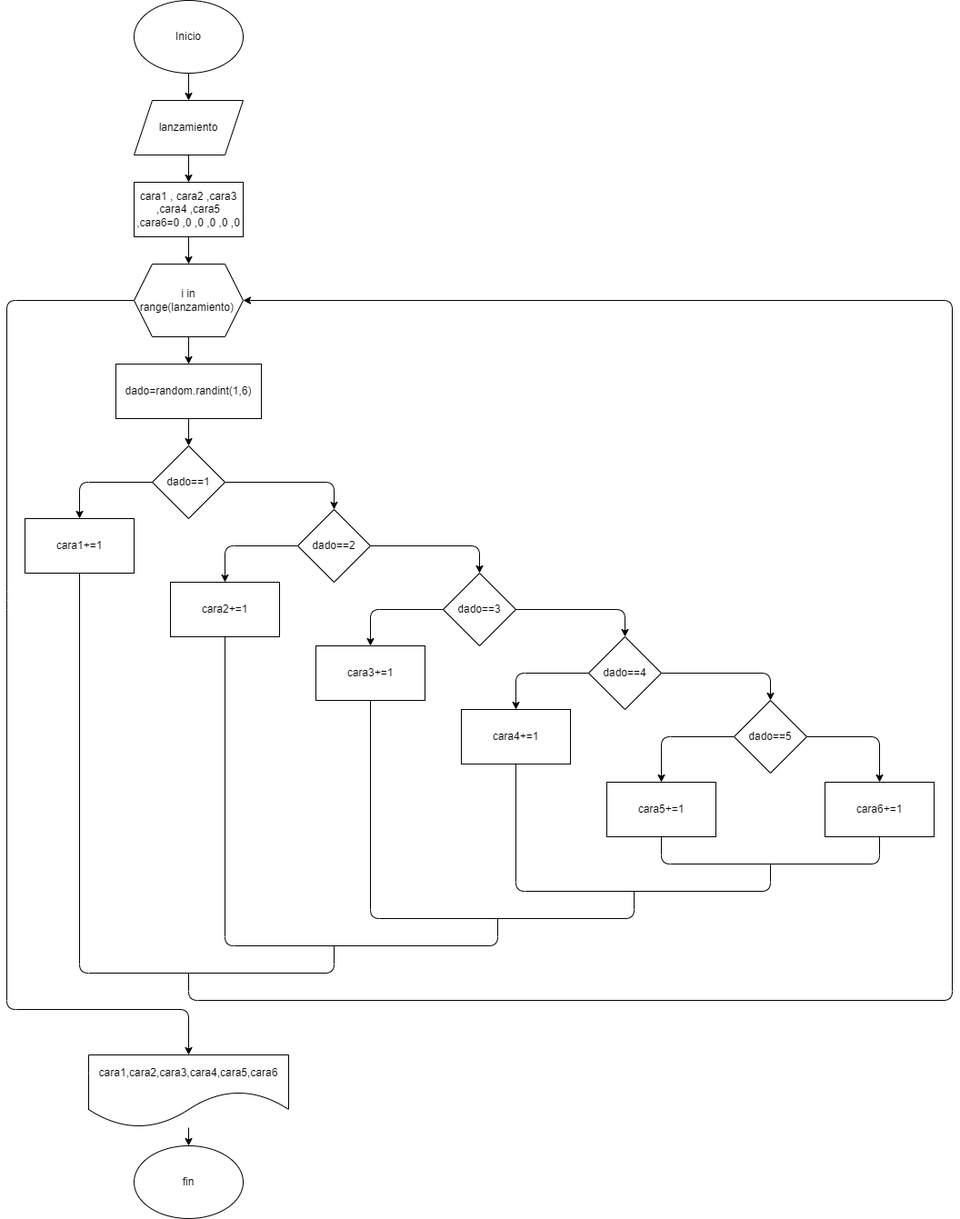
Earlier version of the draw.io export diagrama3.png (cristian007369/for). Source tidied: cells renumbered, new cells last; positions are measured from the earlier drawing's top-left corner, leaving out a move shared by most shapes.
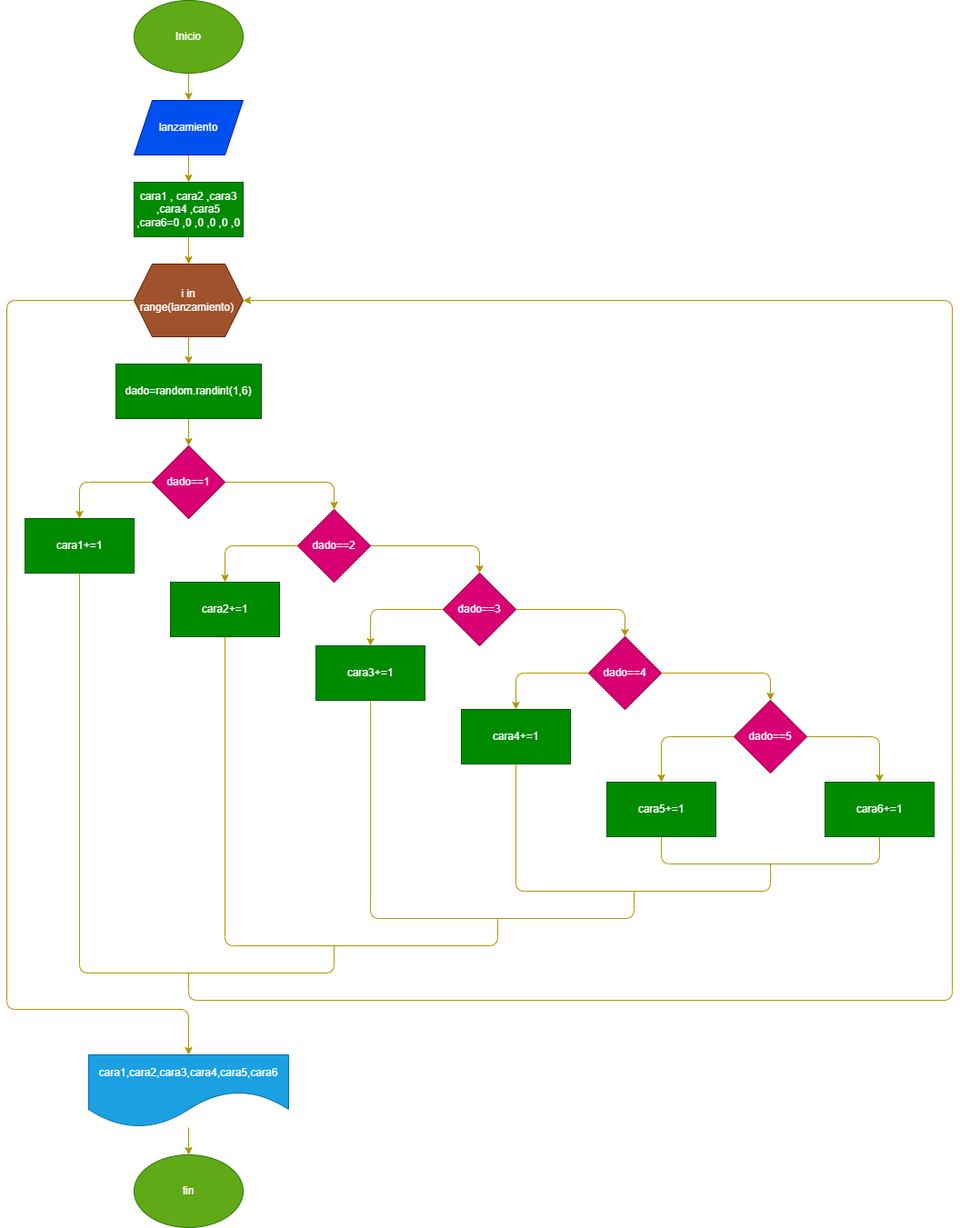
The same diagram one commit later.

Diff of the diagram source:
```diff
@@ -2,143 +2,143 @@
   <root>
     <mxCell id="0" />
     <mxCell id="1" parent="0" />
-    <mxCell id="2" style="edgeStyle=none;html=1;exitX=0.5;exitY=1;exitDx=0;exitDy=0;entryX=0.5;entryY=0;entryDx=0;entryDy=0;" parent="1" edge="1" source="3" target="42">
+    <mxCell id="2" style="edgeStyle=none;html=1;exitX=0.5;exitY=1;exitDx=0;exitDy=0;entryX=0.5;entryY=0;entryDx=0;entryDy=0;fillColor=#e3c800;strokeColor=#B09500;" parent="1" edge="1" source="3" target="42">
       <mxGeometry relative="1" as="geometry" />
     </mxCell>
-    <mxCell id="3" value="Inicio" style="ellipse;whiteSpace=wrap;html=1;" parent="1" vertex="1">
+    <mxCell id="3" value="Inicio" style="ellipse;whiteSpace=wrap;html=1;fillColor=#60a917;fontColor=#ffffff;strokeColor=#2D7600;" parent="1" vertex="1">
       <mxGeometry x="140" width="120" height="80" as="geometry" />
     </mxCell>
-    <mxCell id="4" style="edgeStyle=none;html=1;exitX=0.5;exitY=1;exitDx=0;exitDy=0;entryX=0.5;entryY=0;entryDx=0;entryDy=0;" parent="1" edge="1" source="5" target="7">
+    <mxCell id="4" style="edgeStyle=none;html=1;exitX=0.5;exitY=1;exitDx=0;exitDy=0;entryX=0.5;entryY=0;entryDx=0;entryDy=0;fillColor=#e3c800;strokeColor=#B09500;" parent="1" edge="1" source="5" target="7">
       <mxGeometry relative="1" as="geometry" />
     </mxCell>
-    <mxCell id="5" value="cara1 , cara2 ,cara3 ,cara4 ,cara5 ,cara6=0 ,0 ,0 ,0 ,0 ,0" style="rounded=0;whiteSpace=wrap;html=1;" parent="1" vertex="1">
+    <mxCell id="5" value="cara1 , cara2 ,cara3 ,cara4 ,cara5 ,cara6=0 ,0 ,0 ,0 ,0 ,0" style="rounded=0;whiteSpace=wrap;html=1;fillColor=#008a00;fontColor=#ffffff;strokeColor=#005700;" parent="1" vertex="1">
       <mxGeometry x="140" y="200" width="120" height="60" as="geometry" />
     </mxCell>
-    <mxCell id="6" style="edgeStyle=none;html=1;exitX=0.5;exitY=1;exitDx=0;exitDy=0;entryX=0.5;entryY=0;entryDx=0;entryDy=0;" parent="1" edge="1" source="7" target="9">
+    <mxCell id="6" style="edgeStyle=none;html=1;exitX=0.5;exitY=1;exitDx=0;exitDy=0;entryX=0.5;entryY=0;entryDx=0;entryDy=0;fillColor=#e3c800;strokeColor=#B09500;" parent="1" edge="1" source="7" target="9">
       <mxGeometry relative="1" as="geometry" />
     </mxCell>
-    <mxCell id="7" value="i in range(lanzamiento)&amp;nbsp;" style="shape=hexagon;perimeter=hexagonPerimeter2;whiteSpace=wrap;html=1;fixedSize=1;" parent="1" vertex="1">
+    <mxCell id="7" value="i in range(lanzamiento)&amp;nbsp;" style="shape=hexagon;perimeter=hexagonPerimeter2;whiteSpace=wrap;html=1;fixedSize=1;fillColor=#a0522d;fontColor=#ffffff;strokeColor=#6D1F00;" parent="1" vertex="1">
       <mxGeometry x="140" y="290" width="120" height="80" as="geometry" />
     </mxCell>
-    <mxCell id="8" style="edgeStyle=none;html=1;exitX=0.5;exitY=1;exitDx=0;exitDy=0;entryX=0.5;entryY=0;entryDx=0;entryDy=0;" parent="1" edge="1" source="9" target="12">
+    <mxCell id="8" style="edgeStyle=none;html=1;exitX=0.5;exitY=1;exitDx=0;exitDy=0;entryX=0.5;entryY=0;entryDx=0;entryDy=0;fillColor=#e3c800;strokeColor=#B09500;" parent="1" edge="1" source="9" target="12">
       <mxGeometry relative="1" as="geometry" />
     </mxCell>
-    <mxCell id="9" value="dado=random.randint(1,6)" style="rounded=0;whiteSpace=wrap;html=1;" parent="1" vertex="1">
+    <mxCell id="9" value="dado=random.randint(1,6)" style="rounded=0;whiteSpace=wrap;html=1;fillColor=#008a00;fontColor=#ffffff;strokeColor=#005700;" parent="1" vertex="1">
       <mxGeometry x="120" y="400" width="160" height="60" as="geometry" />
     </mxCell>
-    <mxCell id="10" style="edgeStyle=none;html=1;exitX=0;exitY=0.5;exitDx=0;exitDy=0;entryX=0.5;entryY=0;entryDx=0;entryDy=0;" parent="1" edge="1" source="12" target="13">
+    <mxCell id="10" style="edgeStyle=none;html=1;exitX=0;exitY=0.5;exitDx=0;exitDy=0;entryX=0.5;entryY=0;entryDx=0;entryDy=0;fillColor=#e3c800;strokeColor=#B09500;" parent="1" edge="1" source="12" target="13">
       <mxGeometry relative="1" as="geometry">
         <Array as="points">
           <mxPoint x="80" y="530" />
         </Array>
       </mxGeometry>
     </mxCell>
-    <mxCell id="11" style="edgeStyle=none;html=1;exitX=1;exitY=0.5;exitDx=0;exitDy=0;entryX=0.5;entryY=0;entryDx=0;entryDy=0;" parent="1" edge="1" source="12" target="16">
+    <mxCell id="11" style="edgeStyle=none;html=1;exitX=1;exitY=0.5;exitDx=0;exitDy=0;entryX=0.5;entryY=0;entryDx=0;entryDy=0;fillColor=#e3c800;strokeColor=#B09500;" parent="1" edge="1" source="12" target="16">
       <mxGeometry relative="1" as="geometry">
         <Array as="points">
           <mxPoint x="360" y="530" />
         </Array>
       </mxGeometry>
     </mxCell>
-    <mxCell id="12" value="dado==1" style="rhombus;whiteSpace=wrap;html=1;" parent="1" vertex="1">
+    <mxCell id="12" value="dado==1" style="rhombus;whiteSpace=wrap;html=1;fillColor=#d80073;fontColor=#ffffff;strokeColor=#A50040;" parent="1" vertex="1">
       <mxGeometry x="160" y="490" width="80" height="80" as="geometry" />
     </mxCell>
-    <mxCell id="13" value="cara1+=1" style="rounded=0;whiteSpace=wrap;html=1;" parent="1" vertex="1">
+    <mxCell id="13" value="cara1+=1" style="rounded=0;whiteSpace=wrap;html=1;fillColor=#008a00;fontColor=#ffffff;strokeColor=#005700;" parent="1" vertex="1">
       <mxGeometry x="20" y="570" width="120" height="60" as="geometry" />
     </mxCell>
-    <mxCell id="14" style="edgeStyle=none;html=1;exitX=1;exitY=0.5;exitDx=0;exitDy=0;entryX=0.5;entryY=0;entryDx=0;entryDy=0;" parent="1" edge="1" source="16" target="20">
+    <mxCell id="14" style="edgeStyle=none;html=1;exitX=1;exitY=0.5;exitDx=0;exitDy=0;entryX=0.5;entryY=0;entryDx=0;entryDy=0;fillColor=#e3c800;strokeColor=#B09500;" parent="1" edge="1" source="16" target="20">
       <mxGeometry relative="1" as="geometry">
         <Array as="points">
           <mxPoint x="520" y="600" />
         </Array>
       </mxGeometry>
     </mxCell>
-    <mxCell id="15" style="edgeStyle=none;html=1;exitX=0;exitY=0.5;exitDx=0;exitDy=0;entryX=0.5;entryY=0;entryDx=0;entryDy=0;" parent="1" edge="1" source="16" target="17">
+    <mxCell id="15" style="edgeStyle=none;html=1;exitX=0;exitY=0.5;exitDx=0;exitDy=0;entryX=0.5;entryY=0;entryDx=0;entryDy=0;fillColor=#e3c800;strokeColor=#B09500;" parent="1" edge="1" source="16" target="17">
       <mxGeometry relative="1" as="geometry">
         <Array as="points">
           <mxPoint x="240" y="600" />
         </Array>
       </mxGeometry>
     </mxCell>
-    <mxCell id="16" value="dado==2" style="rhombus;whiteSpace=wrap;html=1;" parent="1" vertex="1">
+    <mxCell id="16" value="dado==2" style="rhombus;whiteSpace=wrap;html=1;fillColor=#d80073;fontColor=#ffffff;strokeColor=#A50040;" parent="1" vertex="1">
       <mxGeometry x="320" y="560" width="80" height="80" as="geometry" />
     </mxCell>
-    <mxCell id="17" value="cara2+=1" style="rounded=0;whiteSpace=wrap;html=1;" parent="1" vertex="1">
+    <mxCell id="17" value="cara2+=1" style="rounded=0;whiteSpace=wrap;html=1;fillColor=#008a00;fontColor=#ffffff;strokeColor=#005700;" parent="1" vertex="1">
       <mxGeometry x="180" y="640" width="120" height="60" as="geometry" />
     </mxCell>
-    <mxCell id="18" style="edgeStyle=none;html=1;exitX=1;exitY=0.5;exitDx=0;exitDy=0;entryX=0.5;entryY=0;entryDx=0;entryDy=0;" parent="1" edge="1" source="20" target="24">
+    <mxCell id="18" style="edgeStyle=none;html=1;exitX=1;exitY=0.5;exitDx=0;exitDy=0;entryX=0.5;entryY=0;entryDx=0;entryDy=0;fillColor=#e3c800;strokeColor=#B09500;" parent="1" edge="1" source="20" target="24">
       <mxGeometry relative="1" as="geometry">
         <Array as="points">
           <mxPoint x="680" y="670" />
         </Array>
       </mxGeometry>
     </mxCell>
-    <mxCell id="19" style="edgeStyle=none;html=1;exitX=0;exitY=0.5;exitDx=0;exitDy=0;entryX=0.5;entryY=0;entryDx=0;entryDy=0;" parent="1" edge="1" source="20" target="21">
+    <mxCell id="19" style="edgeStyle=none;html=1;exitX=0;exitY=0.5;exitDx=0;exitDy=0;entryX=0.5;entryY=0;entryDx=0;entryDy=0;fillColor=#e3c800;strokeColor=#B09500;" parent="1" edge="1" source="20" target="21">
       <mxGeometry relative="1" as="geometry">
         <Array as="points">
           <mxPoint x="400" y="670" />
         </Array>
       </mxGeometry>
     </mxCell>
-    <mxCell id="20" value="dado==3" style="rhombus;whiteSpace=wrap;html=1;" parent="1" vertex="1">
+    <mxCell id="20" value="dado==3" style="rhombus;whiteSpace=wrap;html=1;fillColor=#d80073;fontColor=#ffffff;strokeColor=#A50040;" parent="1" vertex="1">
       <mxGeometry x="480" y="630" width="80" height="80" as="geometry" />
     </mxCell>
-    <mxCell id="21" value="cara3+=1" style="rounded=0;whiteSpace=wrap;html=1;" parent="1" vertex="1">
+    <mxCell id="21" value="cara3+=1" style="rounded=0;whiteSpace=wrap;html=1;fillColor=#008a00;fontColor=#ffffff;strokeColor=#005700;" parent="1" vertex="1">
       <mxGeometry x="340" y="710" width="120" height="60" as="geometry" />
     </mxCell>
-    <mxCell id="22" style="edgeStyle=none;html=1;exitX=1;exitY=0.5;exitDx=0;exitDy=0;entryX=0.5;entryY=0;entryDx=0;entryDy=0;" parent="1" edge="1" source="24" target="28">
+    <mxCell id="22" style="edgeStyle=none;html=1;exitX=1;exitY=0.5;exitDx=0;exitDy=0;entryX=0.5;entryY=0;entryDx=0;entryDy=0;fillColor=#e3c800;strokeColor=#B09500;" parent="1" edge="1" source="24" target="28">
       <mxGeometry relative="1" as="geometry">
         <Array as="points">
           <mxPoint x="840" y="740" />
         </Array>
       </mxGeometry>
     </mxCell>
-    <mxCell id="23" style="edgeStyle=none;html=1;exitX=0;exitY=0.5;exitDx=0;exitDy=0;entryX=0.5;entryY=0;entryDx=0;entryDy=0;" parent="1" edge="1" source="24" target="25">
+    <mxCell id="23" style="edgeStyle=none;html=1;exitX=0;exitY=0.5;exitDx=0;exitDy=0;entryX=0.5;entryY=0;entryDx=0;entryDy=0;fillColor=#e3c800;strokeColor=#B09500;" parent="1" edge="1" source="24" target="25">
       <mxGeometry relative="1" as="geometry">
         <Array as="points">
           <mxPoint x="560" y="740" />
         </Array>
       </mxGeometry>
     </mxCell>
-    <mxCell id="24" value="dado==4" style="rhombus;whiteSpace=wrap;html=1;" parent="1" vertex="1">
+    <mxCell id="24" value="dado==4" style="rhombus;whiteSpace=wrap;html=1;fillColor=#d80073;fontColor=#ffffff;strokeColor=#A50040;" parent="1" vertex="1">
       <mxGeometry x="640" y="700" width="80" height="80" as="geometry" />
     </mxCell>
-    <mxCell id="25" value="cara4+=1" style="rounded=0;whiteSpace=wrap;html=1;" parent="1" vertex="1">
+    <mxCell id="25" value="cara4+=1" style="rounded=0;whiteSpace=wrap;html=1;fillColor=#008a00;fontColor=#ffffff;strokeColor=#005700;" parent="1" vertex="1">
       <mxGeometry x="500" y="780" width="120" height="60" as="geometry" />
     </mxCell>
-    <mxCell id="26" style="edgeStyle=none;html=1;exitX=1;exitY=0.5;exitDx=0;exitDy=0;entryX=0.5;entryY=0;entryDx=0;entryDy=0;" parent="1" edge="1" source="28" target="30">
+    <mxCell id="26" style="edgeStyle=none;html=1;exitX=1;exitY=0.5;exitDx=0;exitDy=0;entryX=0.5;entryY=0;entryDx=0;entryDy=0;fillColor=#e3c800;strokeColor=#B09500;" parent="1" edge="1" source="28" target="30">
       <mxGeometry relative="1" as="geometry">
         <Array as="points">
           <mxPoint x="960" y="810" />
         </Array>
       </mxGeometry>
     </mxCell>
-    <mxCell id="27" style="edgeStyle=none;html=1;exitX=0;exitY=0.5;exitDx=0;exitDy=0;entryX=0.5;entryY=0;entryDx=0;entryDy=0;" parent="1" edge="1" source="28" target="29">
+    <mxCell id="27" style="edgeStyle=none;html=1;exitX=0;exitY=0.5;exitDx=0;exitDy=0;entryX=0.5;entryY=0;entryDx=0;entryDy=0;fillColor=#e3c800;strokeColor=#B09500;" parent="1" edge="1" source="28" target="29">
       <mxGeometry relative="1" as="geometry">
         <Array as="points">
           <mxPoint x="720" y="810" />
         </Array>
       </mxGeometry>
     </mxCell>
-    <mxCell id="28" value="dado==5" style="rhombus;whiteSpace=wrap;html=1;" parent="1" vertex="1">
+    <mxCell id="28" value="dado==5" style="rhombus;whiteSpace=wrap;html=1;fillColor=#d80073;fontColor=#ffffff;strokeColor=#A50040;" parent="1" vertex="1">
       <mxGeometry x="800" y="770" width="80" height="80" as="geometry" />
     </mxCell>
-    <mxCell id="29" value="cara5+=1" style="rounded=0;whiteSpace=wrap;html=1;" parent="1" vertex="1">
+    <mxCell id="29" value="cara5+=1" style="rounded=0;whiteSpace=wrap;html=1;fillColor=#008a00;fontColor=#ffffff;strokeColor=#005700;" parent="1" vertex="1">
       <mxGeometry x="660" y="860" width="120" height="60" as="geometry" />
     </mxCell>
-    <mxCell id="30" value="cara6+=1" style="rounded=0;whiteSpace=wrap;html=1;" parent="1" vertex="1">
+    <mxCell id="30" value="cara6+=1" style="rounded=0;whiteSpace=wrap;html=1;fillColor=#008a00;fontColor=#ffffff;strokeColor=#005700;" parent="1" vertex="1">
       <mxGeometry x="900" y="860" width="120" height="60" as="geometry" />
     </mxCell>
-    <mxCell id="31" style="edgeStyle=none;html=1;entryX=0.5;entryY=0;entryDx=0;entryDy=0;" parent="1" edge="1" source="32" target="33">
+    <mxCell id="31" style="edgeStyle=none;html=1;entryX=0.5;entryY=0;entryDx=0;entryDy=0;fillColor=#e3c800;strokeColor=#B09500;" parent="1" edge="1" source="32" target="33">
       <mxGeometry relative="1" as="geometry" />
     </mxCell>
-    <mxCell id="32" value="cara1,cara2,cara3,cara4,cara5,cara6" style="shape=document;whiteSpace=wrap;html=1;boundedLbl=1;size=0.5;" parent="1" vertex="1">
+    <mxCell id="32" value="cara1,cara2,cara3,cara4,cara5,cara6" style="shape=document;whiteSpace=wrap;html=1;boundedLbl=1;size=0.5;fillColor=#1ba1e2;fontColor=#ffffff;strokeColor=#006EAF;" parent="1" vertex="1">
       <mxGeometry x="90" y="1160" width="220" height="80" as="geometry" />
     </mxCell>
-    <mxCell id="33" value="fin" style="ellipse;whiteSpace=wrap;html=1;" parent="1" vertex="1">
-      <mxGeometry x="140" y="1260" width="120" height="80" as="geometry" />
+    <mxCell id="33" value="fin" style="ellipse;whiteSpace=wrap;html=1;fillColor=#60a917;fontColor=#ffffff;strokeColor=#2D7600;" parent="1" vertex="1">
+      <mxGeometry x="140" y="1270" width="120" height="80" as="geometry" />
     </mxCell>
-    <mxCell id="34" style="endArrow=none;html=1;exitX=0.5;exitY=1;exitDx=0;exitDy=0;entryX=0.5;entryY=1;entryDx=0;entryDy=0;" parent="1" edge="1" source="29" target="30">
+    <mxCell id="34" style="endArrow=none;html=1;exitX=0.5;exitY=1;exitDx=0;exitDy=0;entryX=0.5;entryY=1;entryDx=0;entryDy=0;fillColor=#e3c800;strokeColor=#B09500;" parent="1" edge="1" source="29" target="30">
       <mxGeometry relative="1" as="geometry">
         <Array as="points">
           <mxPoint x="720" y="950" />
@@ -146,7 +146,7 @@
         </Array>
       </mxGeometry>
     </mxCell>
-    <mxCell id="35" style="endArrow=none;html=1;exitX=0.5;exitY=1;exitDx=0;exitDy=0;" parent="1" edge="1" source="25">
+    <mxCell id="35" style="endArrow=none;html=1;exitX=0.5;exitY=1;exitDx=0;exitDy=0;fillColor=#e3c800;strokeColor=#B09500;" parent="1" edge="1" source="25">
       <mxGeometry relative="1" as="geometry">
         <mxPoint x="840" y="950" as="targetPoint" />
         <Array as="points">
@@ -155,7 +155,7 @@
         </Array>
       </mxGeometry>
     </mxCell>
-    <mxCell id="36" style="endArrow=none;html=1;exitX=0.5;exitY=1;exitDx=0;exitDy=0;" parent="1" edge="1" source="21">
+    <mxCell id="36" style="endArrow=none;html=1;exitX=0.5;exitY=1;exitDx=0;exitDy=0;fillColor=#e3c800;strokeColor=#B09500;" parent="1" edge="1" source="21">
       <mxGeometry relative="1" as="geometry">
         <mxPoint x="690" y="980" as="targetPoint" />
         <Array as="points">
@@ -164,7 +164,7 @@
         </Array>
       </mxGeometry>
     </mxCell>
-    <mxCell id="37" style="endArrow=none;html=1;exitX=0.5;exitY=1;exitDx=0;exitDy=0;" parent="1" edge="1" source="17">
+    <mxCell id="37" style="endArrow=none;html=1;exitX=0.5;exitY=1;exitDx=0;exitDy=0;fillColor=#e3c800;strokeColor=#B09500;" parent="1" edge="1" source="17">
       <mxGeometry relative="1" as="geometry">
         <mxPoint x="540" y="1010" as="targetPoint" />
         <Array as="points">
@@ -173,7 +173,7 @@
         </Array>
       </mxGeometry>
     </mxCell>
-    <mxCell id="38" style="endArrow=none;html=1;exitX=0.5;exitY=1;exitDx=0;exitDy=0;" parent="1" edge="1" source="13">
+    <mxCell id="38" style="endArrow=none;html=1;exitX=0.5;exitY=1;exitDx=0;exitDy=0;fillColor=#e3c800;strokeColor=#B09500;" parent="1" edge="1" source="13">
       <mxGeometry relative="1" as="geometry">
         <mxPoint x="360" y="1040" as="targetPoint" />
         <Array as="points">
@@ -182,7 +182,7 @@
         </Array>
       </mxGeometry>
     </mxCell>
-    <mxCell id="39" style="endArrow=classic;html=1;entryX=1;entryY=0.5;entryDx=0;entryDy=0;" parent="1" edge="1" target="7">
+    <mxCell id="39" style="endArrow=classic;html=1;entryX=1;entryY=0.5;entryDx=0;entryDy=0;fillColor=#e3c800;strokeColor=#B09500;" parent="1" edge="1" target="7">
       <mxGeometry relative="1" as="geometry">
         <mxPoint x="200" y="1070" as="sourcePoint" />
         <Array as="points">
@@ -192,7 +192,7 @@
         </Array>
       </mxGeometry>
     </mxCell>
-    <mxCell id="40" style="endArrow=classic;html=1;exitX=0;exitY=0.5;exitDx=0;exitDy=0;entryX=0.5;entryY=0;entryDx=0;entryDy=0;" parent="1" edge="1" source="7" target="32">
+    <mxCell id="40" style="endArrow=classic;html=1;exitX=0;exitY=0.5;exitDx=0;exitDy=0;entryX=0.5;entryY=0;entryDx=0;entryDy=0;fillColor=#e3c800;strokeColor=#B09500;" parent="1" edge="1" source="7" target="32">
       <mxGeometry relative="1" as="geometry">
         <Array as="points">
           <mxPoint y="330" />
@@ -202,10 +202,10 @@
         </Array>
       </mxGeometry>
     </mxCell>
-    <mxCell id="41" style="edgeStyle=none;html=1;exitX=0.5;exitY=1;exitDx=0;exitDy=0;entryX=0.5;entryY=0;entryDx=0;entryDy=0;" parent="1" edge="1" source="42" target="5">
+    <mxCell id="41" style="edgeStyle=none;html=1;exitX=0.5;exitY=1;exitDx=0;exitDy=0;entryX=0.5;entryY=0;entryDx=0;entryDy=0;fillColor=#e3c800;strokeColor=#B09500;" parent="1" edge="1" source="42" target="5">
       <mxGeometry relative="1" as="geometry" />
     </mxCell>
-    <mxCell id="42" value="lanzamiento" style="shape=parallelogram;perimeter=parallelogramPerimeter;whiteSpace=wrap;html=1;fixedSize=1;" parent="1" vertex="1">
+    <mxCell id="42" value="lanzamiento" style="shape=parallelogram;perimeter=parallelogramPerimeter;whiteSpace=wrap;html=1;fixedSize=1;fillColor=#0050ef;fontColor=#ffffff;strokeColor=#001DBC;" parent="1" vertex="1">
       <mxGeometry x="140" y="110" width="120" height="60" as="geometry" />
     </mxCell>
   </root>
```
